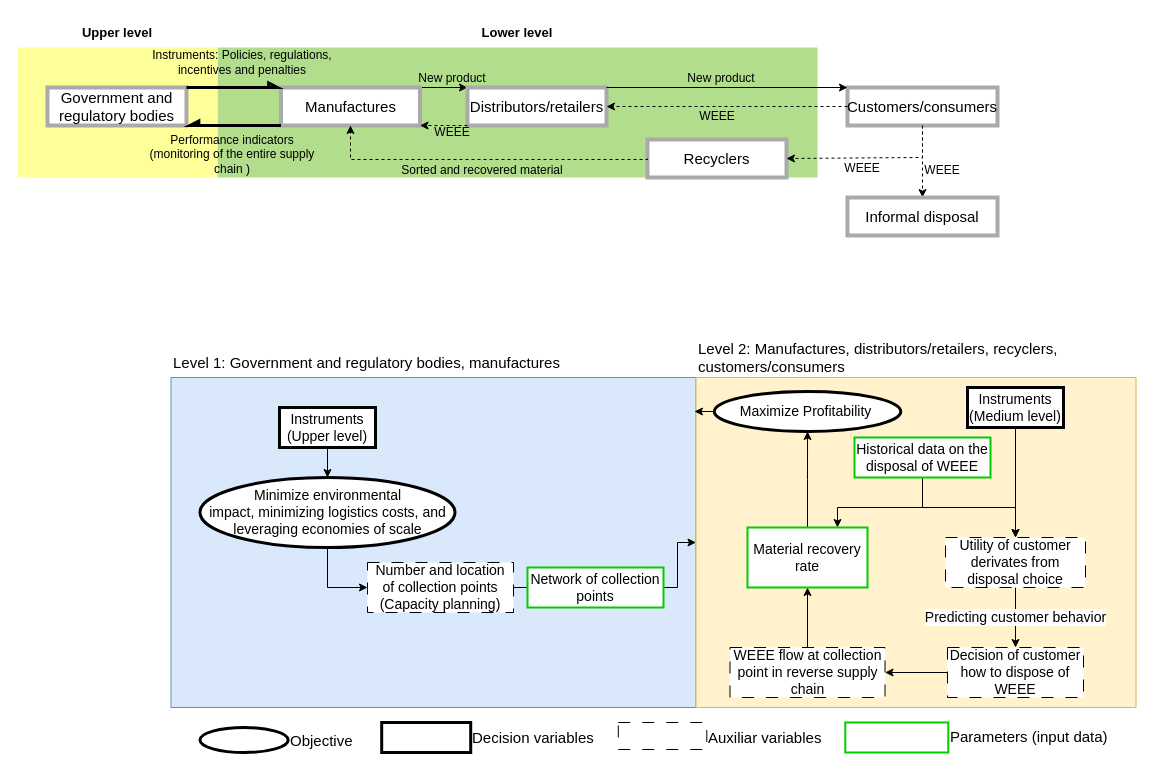
This is Unbenanntes Diagramm.drawio from lorerubiano22/LSRR_Working, a draw.io file, before an edit. Source tidied: cells renumbered, new cells numbered last; positions are measured from the earlier drawing's top-left corner, leaving out a move shared by most shapes. Both pictures are drawn from the tidied source at 100%, with x=0, y=0 at pixel (17, 17).
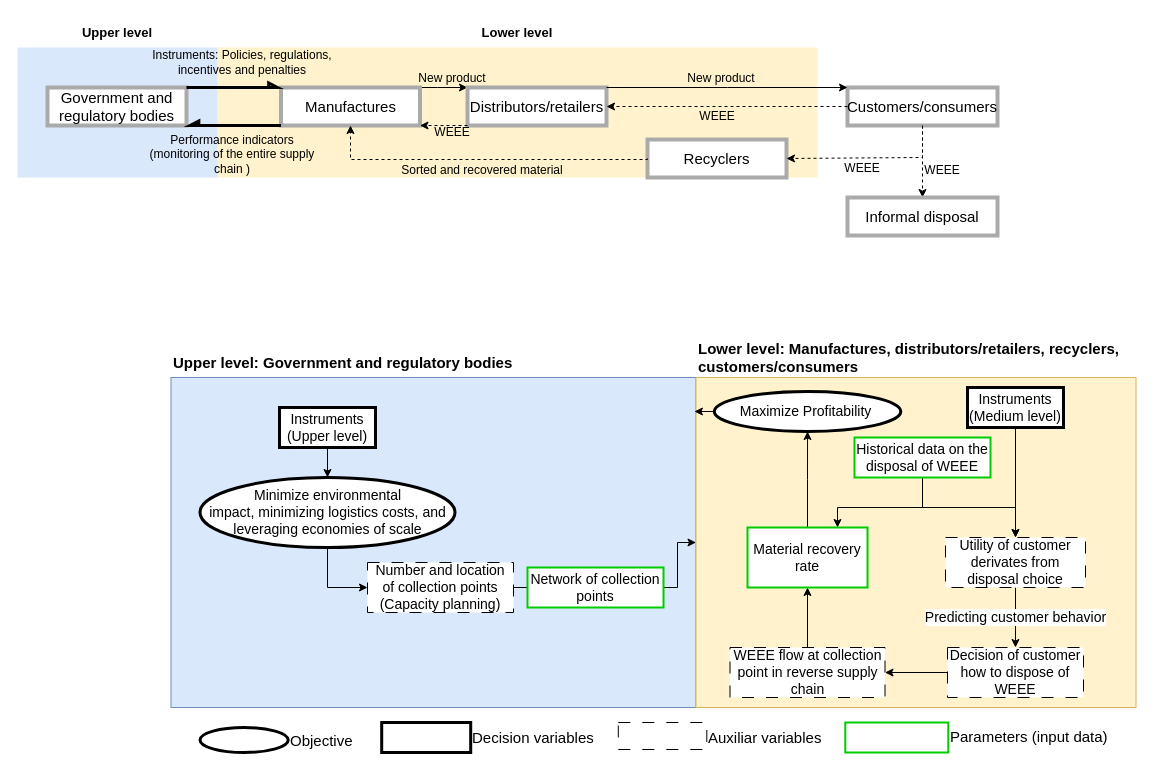
After the change.

Change to the diagram source:
```diff
@@
-    <mxCell id="2" style="rounded=0;whiteSpace=wrap;html=1;strokeColor=#6c8ebf;fillColor=#dae8fc;fontSize=14;" parent="1" vertex="1">
+    <mxCell id="2" style="rounded=0;whiteSpace=wrap;html=1;strokeColor=#6c8ebf;fillColor=#DAE8FC;fontSize=14;" parent="1" vertex="1">
       <mxGeometry x="153.5" y="360" width="525" height="330" as="geometry" />
     </mxCell>
-    <mxCell id="3" style="rounded=0;whiteSpace=wrap;html=1;strokeColor=#d6b656;fillColor=#fff2cc;fontSize=14;" parent="1" vertex="1">
+    <mxCell id="3" style="rounded=0;whiteSpace=wrap;html=1;strokeColor=#d6b656;fillColor=#FFF2CC;fontSize=14;" parent="1" vertex="1">
       <mxGeometry x="678.5" y="360" width="440" height="330" as="geometry" />
     </mxCell>
-    <mxCell id="4" style="rounded=0;whiteSpace=wrap;html=1;strokeColor=none;fillColor=#b1dd8c;" parent="1" vertex="1">
+    <mxCell id="4" style="rounded=0;whiteSpace=wrap;html=1;strokeColor=none;fillColor=#FFF2CC;" parent="1" vertex="1">
       <mxGeometry x="200" y="30" width="600" height="130" as="geometry" />
     </mxCell>
-    <mxCell id="5" style="rounded=0;whiteSpace=wrap;html=1;strokeColor=none;fillColor=#FFFF99;" parent="1" vertex="1">
+    <mxCell id="5" style="rounded=0;whiteSpace=wrap;html=1;strokeColor=none;fillColor=#DAE8FC;" parent="1" vertex="1">
       <mxGeometry y="30" width="200" height="130" as="geometry" />
     </mxCell>
@@
-    <mxCell id="55" value="Level 1: Government and regulatory bodies, manufactures" style="text;html=1;align=left;verticalAlign=middle;whiteSpace=wrap;rounded=0;fontStyle=0;fontSize=15;" parent="1" vertex="1">
+    <mxCell id="55" value="Upper level: Government and regulatory bodies" style="text;html=1;align=left;verticalAlign=middle;whiteSpace=wrap;rounded=0;fontStyle=1;fontSize=15;" parent="1" vertex="1">
       <mxGeometry x="153.5" y="330" width="515" height="30" as="geometry" />
     </mxCell>
-    <mxCell id="56" value="Level 2: Manufactures, distributors/retailers, recyclers, customers/consumers" style="text;html=1;align=left;verticalAlign=middle;whiteSpace=wrap;rounded=0;fontStyle=0;fontSize=15;" parent="1" vertex="1">
-      <mxGeometry x="679.2" y="315" width="410.8" height="50" as="geometry" />
+    <mxCell id="56" value="Lower level: Manufactures, distributors/retailers, recyclers, customers/consumers" style="text;html=1;align=left;verticalAlign=middle;whiteSpace=wrap;rounded=0;fontStyle=1;fontSize=15;" parent="1" vertex="1">
+      <mxGeometry x="679.2" y="315" width="450.8" height="50" as="geometry" />
     </mxCell>
```
